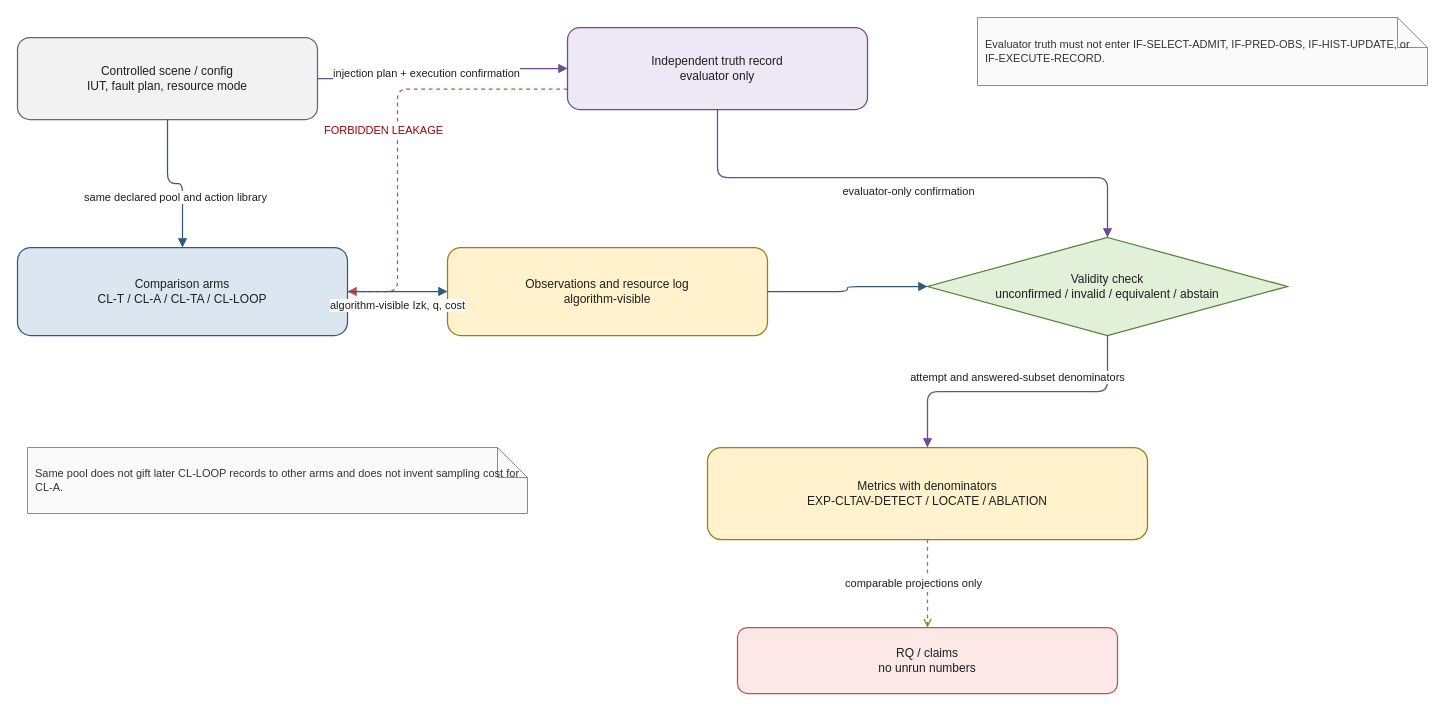
ZhangChi0727/arinc-615a-conformance keeps this draw.io diagram as docs/research/publication/models/drawio/FIG-CL-TAV-09-experiment-architecture.drawio. Above is the earlier version. Source tidied: cells renumbered, new cells numbered last; positions are measured from the earlier drawing's top-left corner, leaving out a move shared by most shapes. Both pictures are drawn from the tidied source at 100%, with x=0, y=0 at pixel (17, 17).
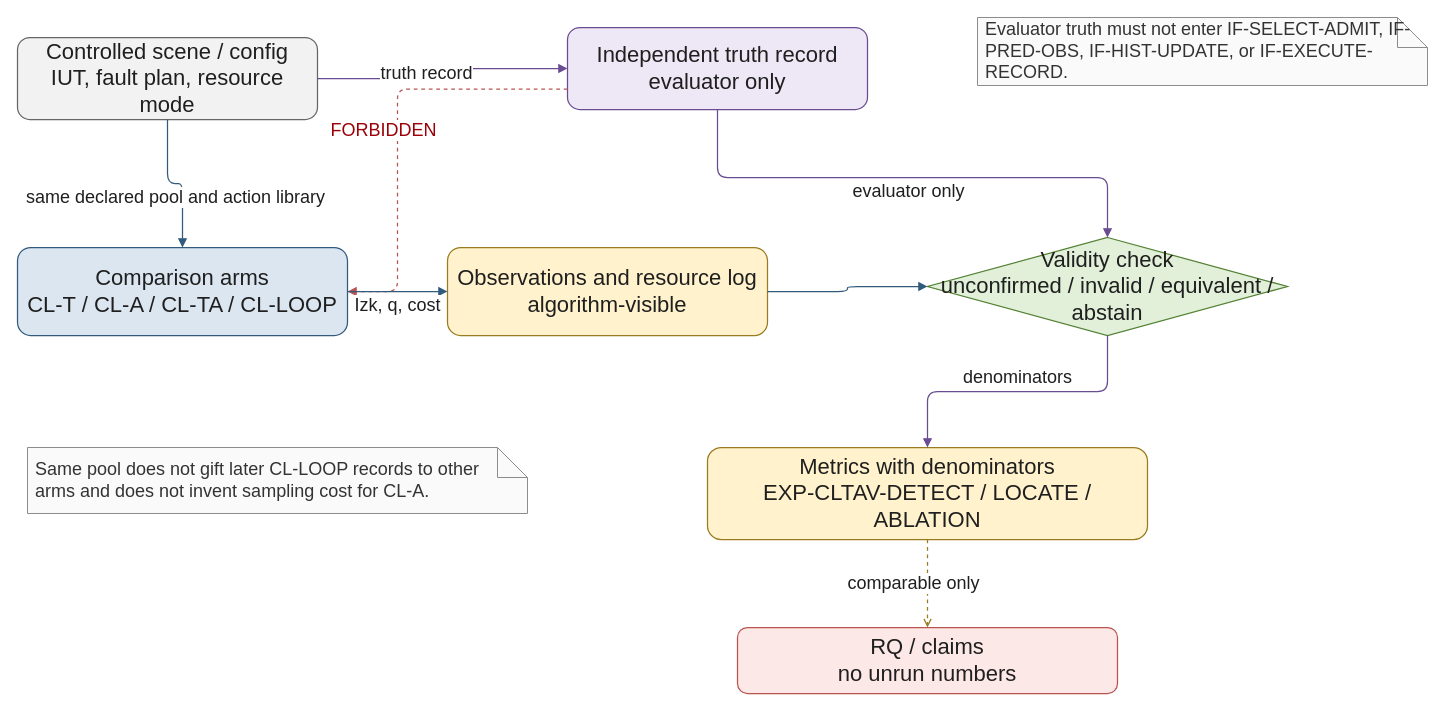
Above is the later version.

Diff of the diagram source:
```diff
@@
-    <mxCell id="2" value="Controlled scene / config&lt;br&gt;IUT, fault plan, resource mode" style="rounded=1;whiteSpace=wrap;html=1;fillColor=#F2F2F2;strokeColor=#666666;strokeWidth=1.25;fontFamily=Helvetica;fontSize=12;fontColor=#1F1F1F;align=center;verticalAlign=middle;spacing=6;shadow=0;glass=0;gradientColor=none;" parent="1" vertex="1">
+    <mxCell id="2" value="Controlled scene / config&lt;br&gt;IUT, fault plan, resource mode" style="rounded=1;whiteSpace=wrap;html=1;fillColor=#F2F2F2;strokeColor=#666666;strokeWidth=1.25;fontFamily=Helvetica;fontSize=22;fontColor=#1F1F1F;align=center;verticalAlign=middle;spacing=6;shadow=0;glass=0;gradientColor=none;" parent="1" vertex="1">
       <mxGeometry y="20" width="300" height="82" as="geometry" />
     </mxCell>
-    <mxCell id="3" value="Independent truth record&lt;br&gt;evaluator only" style="rounded=1;whiteSpace=wrap;html=1;fillColor=#EDE7F6;strokeColor=#6A4C93;strokeWidth=1.25;fontFamily=Helvetica;fontSize=12;fontColor=#1F1F1F;align=center;verticalAlign=middle;spacing=6;shadow=0;glass=0;gradientColor=none;" parent="1" vertex="1">
+    <mxCell id="3" value="Independent truth record&lt;br&gt;evaluator only" style="rounded=1;whiteSpace=wrap;html=1;fillColor=#EDE7F6;strokeColor=#6A4C93;strokeWidth=1.25;fontFamily=Helvetica;fontSize=22;fontColor=#1F1F1F;align=center;verticalAlign=middle;spacing=6;shadow=0;glass=0;gradientColor=none;" parent="1" vertex="1">
       <mxGeometry x="550" y="10" width="300" height="82" as="geometry" />
     </mxCell>
-    <mxCell id="4" value="Comparison arms&lt;br&gt;CL-T / CL-A / CL-TA / CL-LOOP" style="rounded=1;whiteSpace=wrap;html=1;fillColor=#DCE6F1;strokeColor=#315A7D;strokeWidth=1.25;fontFamily=Helvetica;fontSize=12;fontColor=#1F1F1F;align=center;verticalAlign=middle;spacing=6;shadow=0;glass=0;gradientColor=none;" parent="1" vertex="1">
+    <mxCell id="4" value="Comparison arms&lt;br&gt;CL-T / CL-A / CL-TA / CL-LOOP" style="rounded=1;whiteSpace=wrap;html=1;fillColor=#DCE6F1;strokeColor=#315A7D;strokeWidth=1.25;fontFamily=Helvetica;fontSize=22;fontColor=#1F1F1F;align=center;verticalAlign=middle;spacing=6;shadow=0;glass=0;gradientColor=none;" parent="1" vertex="1">
       <mxGeometry y="230" width="330" height="88" as="geometry" />
     </mxCell>
-    <mxCell id="5" value="Observations and resource log&lt;br&gt;algorithm-visible" style="rounded=1;whiteSpace=wrap;html=1;fillColor=#FFF2CC;strokeColor=#9A7B1F;strokeWidth=1.25;fontFamily=Helvetica;fontSize=12;fontColor=#1F1F1F;align=center;verticalAlign=middle;spacing=6;shadow=0;glass=0;gradientColor=none;" parent="1" vertex="1">
+    <mxCell id="5" value="Observations and resource log&lt;br&gt;algorithm-visible" style="rounded=1;whiteSpace=wrap;html=1;fillColor=#FFF2CC;strokeColor=#9A7B1F;strokeWidth=1.25;fontFamily=Helvetica;fontSize=22;fontColor=#1F1F1F;align=center;verticalAlign=middle;spacing=6;shadow=0;glass=0;gradientColor=none;" parent="1" vertex="1">
       <mxGeometry x="430" y="230" width="320" height="88" as="geometry" />
     </mxCell>
-    <mxCell id="6" value="Validity check&lt;br&gt;unconfirmed / invalid / equivalent / abstain" style="rhombus;whiteSpace=wrap;html=1;fillColor=#E2F0D9;strokeColor=#548235;strokeWidth=1.25;fontFamily=Helvetica;fontSize=12;fontColor=#1F1F1F;align=center;verticalAlign=middle;spacing=6;shadow=0;glass=0;gradientColor=none;" parent="1" vertex="1">
+    <mxCell id="6" value="Validity check&lt;br&gt;unconfirmed / invalid / equivalent / abstain" style="rhombus;whiteSpace=wrap;html=1;fillColor=#E2F0D9;strokeColor=#548235;strokeWidth=1.25;fontFamily=Helvetica;fontSize=22;fontColor=#1F1F1F;align=center;verticalAlign=middle;spacing=6;shadow=0;glass=0;gradientColor=none;" parent="1" vertex="1">
       <mxGeometry x="910" y="220" width="360" height="98" as="geometry" />
     </mxCell>
-    <mxCell id="7" value="Metrics with denominators&lt;br&gt;EXP-CLTAV-DETECT / LOCATE / ABLATION" style="rounded=1;whiteSpace=wrap;html=1;fillColor=#FFF2CC;strokeColor=#9A7B1F;strokeWidth=1.25;fontFamily=Helvetica;fontSize=12;fontColor=#1F1F1F;align=center;verticalAlign=middle;spacing=6;shadow=0;glass=0;gradientColor=none;" parent="1" vertex="1">
+    <mxCell id="7" value="Metrics with denominators&lt;br&gt;EXP-CLTAV-DETECT / LOCATE / ABLATION" style="rounded=1;whiteSpace=wrap;html=1;fillColor=#FFF2CC;strokeColor=#9A7B1F;strokeWidth=1.25;fontFamily=Helvetica;fontSize=22;fontColor=#1F1F1F;align=center;verticalAlign=middle;spacing=6;shadow=0;glass=0;gradientColor=none;" parent="1" vertex="1">
       <mxGeometry x="690" y="430" width="440" height="92" as="geometry" />
     </mxCell>
-    <mxCell id="8" value="RQ / claims&lt;br&gt;no unrun numbers" style="rounded=1;whiteSpace=wrap;html=1;fillColor=#FCE8E6;strokeColor=#B85450;strokeWidth=1.25;fontFamily=Helvetica;fontSize=12;fontColor=#1F1F1F;align=center;verticalAlign=middle;spacing=6;shadow=0;glass=0;gradientColor=none;" parent="1" vertex="1">
+    <mxCell id="8" value="RQ / claims&lt;br&gt;no unrun numbers" style="rounded=1;whiteSpace=wrap;html=1;fillColor=#FCE8E6;strokeColor=#B85450;strokeWidth=1.25;fontFamily=Helvetica;fontSize=22;fontColor=#1F1F1F;align=center;verticalAlign=middle;spacing=6;shadow=0;glass=0;gradientColor=none;" parent="1" vertex="1">
       <mxGeometry x="720" y="610" width="380" height="66" as="geometry" />
     </mxCell>
-    <mxCell id="9" value="Evaluator truth must not enter IF-SELECT-ADMIT, IF-PRED-OBS, IF-HIST-UPDATE, or IF-EXECUTE-RECORD." style="shape=note;whiteSpace=wrap;html=1;fillColor=#FAFAFA;strokeColor=#8C8C8C;strokeWidth=1;fontFamily=Helvetica;fontSize=11;fontColor=#333333;align=left;verticalAlign=middle;spacing=8;shadow=0;glass=0;gradientColor=none;" parent="1" vertex="1">
+    <mxCell id="9" value="Evaluator truth must not enter IF-SELECT-ADMIT, IF-PRED-OBS, IF-HIST-UPDATE, or IF-EXECUTE-RECORD." style="shape=note;whiteSpace=wrap;html=1;fillColor=#FAFAFA;strokeColor=#8C8C8C;strokeWidth=1;fontFamily=Helvetica;fontSize=18;fontColor=#333333;align=left;verticalAlign=middle;spacing=8;shadow=0;glass=0;gradientColor=none;" parent="1" vertex="1">
       <mxGeometry x="960" width="450" height="68" as="geometry" />
     </mxCell>
-    <mxCell id="10" value="Same pool does not gift later CL-LOOP records to other arms and does not invent sampling cost for CL-A." style="shape=note;whiteSpace=wrap;html=1;fillColor=#FAFAFA;strokeColor=#8C8C8C;strokeWidth=1;fontFamily=Helvetica;fontSize=11;fontColor=#333333;align=left;verticalAlign=middle;spacing=8;shadow=0;glass=0;gradientColor=none;" parent="1" vertex="1">
+    <mxCell id="10" value="Same pool does not gift later CL-LOOP records to other arms and does not invent sampling cost for CL-A." style="shape=note;whiteSpace=wrap;html=1;fillColor=#FAFAFA;strokeColor=#8C8C8C;strokeWidth=1;fontFamily=Helvetica;fontSize=18;fontColor=#333333;align=left;verticalAlign=middle;spacing=8;shadow=0;glass=0;gradientColor=none;" parent="1" vertex="1">
       <mxGeometry x="10" y="430" width="500" height="66" as="geometry" />
     </mxCell>
-    <mxCell id="11" value="same declared pool and action library" style="edgeStyle=orthogonalEdgeStyle;rounded=1;jettySize=auto;html=1;strokeWidth=1.25;fontFamily=Helvetica;fontSize=11;fontColor=#1F1F1F;labelBackgroundColor=#FFFFFF;endArrow=block;strokeColor=#315A7D;exitX=0.5;exitY=1;entryX=0.5;entryY=0;exitDx=0;exitDy=0;exitPerimeter=1;entryDx=0;entryDy=0;entryPerimeter=1;" parent="1" edge="1" source="2" target="4">
+    <mxCell id="11" value="same declared pool and action library" style="edgeStyle=orthogonalEdgeStyle;rounded=1;jettySize=auto;html=1;strokeWidth=1.25;fontFamily=Helvetica;fontSize=18;fontColor=#1F1F1F;labelBackgroundColor=#FFFFFF;endArrow=block;strokeColor=#315A7D;exitX=0.5;exitY=1;entryX=0.5;entryY=0;exitDx=0;exitDy=0;exitPerimeter=1;entryDx=0;entryDy=0;entryPerimeter=1;" parent="1" edge="1" source="2" target="4">
       <mxGeometry y="-14" relative="1" as="geometry" />
     </mxCell>
-    <mxCell id="12" value="injection plan + execution confirmation" style="edgeStyle=orthogonalEdgeStyle;rounded=1;jettySize=auto;html=1;strokeWidth=1.25;fontFamily=Helvetica;fontSize=11;fontColor=#1F1F1F;labelBackgroundColor=#FFFFFF;endArrow=block;strokeColor=#6A4C93;exitX=1;exitY=0.5;entryX=0;entryY=0.5;exitDx=0;exitDy=0;exitPerimeter=1;entryDx=0;entryDy=0;entryPerimeter=1;" parent="1" edge="1" source="2" target="3">
+    <mxCell id="12" value="truth record" style="edgeStyle=orthogonalEdgeStyle;rounded=1;jettySize=auto;html=1;strokeWidth=1.25;fontFamily=Helvetica;fontSize=18;fontColor=#1F1F1F;labelBackgroundColor=#FFFFFF;endArrow=block;strokeColor=#6A4C93;exitX=1;exitY=0.5;entryX=0;entryY=0.5;exitDx=0;exitDy=0;exitPerimeter=1;entryDx=0;entryDy=0;entryPerimeter=1;" parent="1" edge="1" source="2" target="3">
       <mxGeometry y="16" relative="1" as="geometry" />
     </mxCell>
-    <mxCell id="13" value="FORBIDDEN LEAKAGE" style="edgeStyle=orthogonalEdgeStyle;rounded=1;jettySize=auto;html=1;strokeWidth=1.25;fontFamily=Helvetica;fontSize=11;fontColor=#1F1F1F;labelBackgroundColor=#FFFFFF;dashed=1;endArrow=block;strokeColor=#B85450;fontColor=#9C0006;exitX=0;exitY=0.75;entryX=1;entryY=0.5;exitDx=0;exitDy=0;exitPerimeter=1;entryDx=0;entryDy=0;entryPerimeter=1;" parent="1" edge="1" source="3" target="4">
+    <mxCell id="13" value="FORBIDDEN" style="edgeStyle=orthogonalEdgeStyle;rounded=1;jettySize=auto;html=1;strokeWidth=1.25;fontFamily=Helvetica;fontSize=18;fontColor=#1F1F1F;labelBackgroundColor=#FFFFFF;dashed=1;endArrow=block;strokeColor=#B85450;fontColor=#9C0006;exitX=0;exitY=0.75;entryX=1;entryY=0.5;exitDx=0;exitDy=0;exitPerimeter=1;entryDx=0;entryDy=0;entryPerimeter=1;" parent="1" edge="1" source="3" target="4">
       <mxGeometry y="-14" relative="1" as="geometry">
         <Array as="points">
           <mxPoint x="380" y="72" />
           <mxPoint x="380" y="274" />
         </Array>
       </mxGeometry>
     </mxCell>
-    <mxCell id="14" value="algorithm-visible Izk, q, cost" style="edgeStyle=orthogonalEdgeStyle;rounded=1;jettySize=auto;html=1;strokeWidth=1.25;fontFamily=Helvetica;fontSize=11;fontColor=#1F1F1F;labelBackgroundColor=#FFFFFF;endArrow=block;strokeColor=#315A7D;exitX=1;exitY=0.5;entryX=0;entryY=0.5;exitDx=0;exitDy=0;exitPerimeter=1;entryDx=0;entryDy=0;entryPerimeter=1;" parent="1" edge="1" source="4" target="5">
+    <mxCell id="14" value="Izk, q, cost" style="edgeStyle=orthogonalEdgeStyle;rounded=1;jettySize=auto;html=1;strokeWidth=1.25;fontFamily=Helvetica;fontSize=18;fontColor=#1F1F1F;labelBackgroundColor=#FFFFFF;endArrow=block;strokeColor=#315A7D;exitX=1;exitY=0.5;entryX=0;entryY=0.5;exitDx=0;exitDy=0;exitPerimeter=1;entryDx=0;entryDy=0;entryPerimeter=1;" parent="1" edge="1" source="4" target="5">
       <mxGeometry y="-14" relative="1" as="geometry" />
     </mxCell>
-    <mxCell id="15" style="edgeStyle=orthogonalEdgeStyle;rounded=1;jettySize=auto;html=1;strokeWidth=1.25;fontFamily=Helvetica;fontSize=11;fontColor=#1F1F1F;labelBackgroundColor=#FFFFFF;endArrow=block;strokeColor=#315A7D;exitX=1;exitY=0.5;entryX=0;entryY=0.5;exitDx=0;exitDy=0;exitPerimeter=1;entryDx=0;entryDy=0;entryPerimeter=1;" parent="1" edge="1" source="5" target="6">
+    <mxCell id="15" style="edgeStyle=orthogonalEdgeStyle;rounded=1;jettySize=auto;html=1;strokeWidth=1.25;fontFamily=Helvetica;fontSize=18;fontColor=#1F1F1F;labelBackgroundColor=#FFFFFF;endArrow=block;strokeColor=#315A7D;exitX=1;exitY=0.5;entryX=0;entryY=0.5;exitDx=0;exitDy=0;exitPerimeter=1;entryDx=0;entryDy=0;entryPerimeter=1;" parent="1" edge="1" source="5" target="6">
       <mxGeometry relative="1" as="geometry" />
     </mxCell>
-    <mxCell id="16" value="evaluator-only confirmation" style="edgeStyle=orthogonalEdgeStyle;rounded=1;jettySize=auto;html=1;strokeWidth=1.25;fontFamily=Helvetica;fontSize=11;fontColor=#1F1F1F;labelBackgroundColor=#FFFFFF;endArrow=block;strokeColor=#6A4C93;exitX=0.5;exitY=1;entryX=0.5;entryY=0;exitDx=0;exitDy=0;exitPerimeter=1;entryDx=0;entryDy=0;entryPerimeter=1;" parent="1" edge="1" source="3" target="6">
+    <mxCell id="16" value="evaluator only" style="edgeStyle=orthogonalEdgeStyle;rounded=1;jettySize=auto;html=1;strokeWidth=1.25;fontFamily=Helvetica;fontSize=18;fontColor=#1F1F1F;labelBackgroundColor=#FFFFFF;endArrow=block;strokeColor=#6A4C93;exitX=0.5;exitY=1;entryX=0.5;entryY=0;exitDx=0;exitDy=0;exitPerimeter=1;entryDx=0;entryDy=0;entryPerimeter=1;" parent="1" edge="1" source="3" target="6">
       <mxGeometry y="-14" relative="1" as="geometry">
         <Array as="points">
           <mxPoint x="700" y="160" />
           <mxPoint x="1090" y="160" />
         </Array>
       </mxGeometry>
     </mxCell>
-    <mxCell id="17" value="attempt and answered-subset denominators" style="edgeStyle=orthogonalEdgeStyle;rounded=1;jettySize=auto;html=1;strokeWidth=1.25;fontFamily=Helvetica;fontSize=11;fontColor=#1F1F1F;labelBackgroundColor=#FFFFFF;endArrow=block;strokeColor=#6A4C93;exitX=0.5;exitY=1;entryX=0.5;entryY=0;exitDx=0;exitDy=0;exitPerimeter=1;entryDx=0;entryDy=0;entryPerimeter=1;" parent="1" edge="1" source="6" target="7">
+    <mxCell id="17" value="denominators" style="edgeStyle=orthogonalEdgeStyle;rounded=1;jettySize=auto;html=1;strokeWidth=1.25;fontFamily=Helvetica;fontSize=18;fontColor=#1F1F1F;labelBackgroundColor=#FFFFFF;endArrow=block;strokeColor=#6A4C93;exitX=0.5;exitY=1;entryX=0.5;entryY=0;exitDx=0;exitDy=0;exitPerimeter=1;entryDx=0;entryDy=0;entryPerimeter=1;" parent="1" edge="1" source="6" target="7">
       <mxGeometry y="-14" relative="1" as="geometry" />
     </mxCell>
-    <mxCell id="18" value="comparable projections only" style="edgeStyle=orthogonalEdgeStyle;rounded=1;jettySize=auto;html=1;strokeWidth=1.25;fontFamily=Helvetica;fontSize=11;fontColor=#1F1F1F;labelBackgroundColor=#FFFFFF;dashed=1;endArrow=open;strokeColor=#9A7B1F;exitX=0.5;exitY=1;entryX=0.5;entryY=0;exitDx=0;exitDy=0;exitPerimeter=1;entryDx=0;entryDy=0;entryPerimeter=1;" parent="1" edge="1" source="7" target="8">
+    <mxCell id="18" value="comparable only" style="edgeStyle=orthogonalEdgeStyle;rounded=1;jettySize=auto;html=1;strokeWidth=1.25;fontFamily=Helvetica;fontSize=18;fontColor=#1F1F1F;labelBackgroundColor=#FFFFFF;dashed=1;endArrow=open;strokeColor=#9A7B1F;exitX=0.5;exitY=1;entryX=0.5;entryY=0;exitDx=0;exitDy=0;exitPerimeter=1;entryDx=0;entryDy=0;entryPerimeter=1;" parent="1" edge="1" source="7" target="8">
       <mxGeometry y="-14" relative="1" as="geometry" />
     </mxCell>
```
